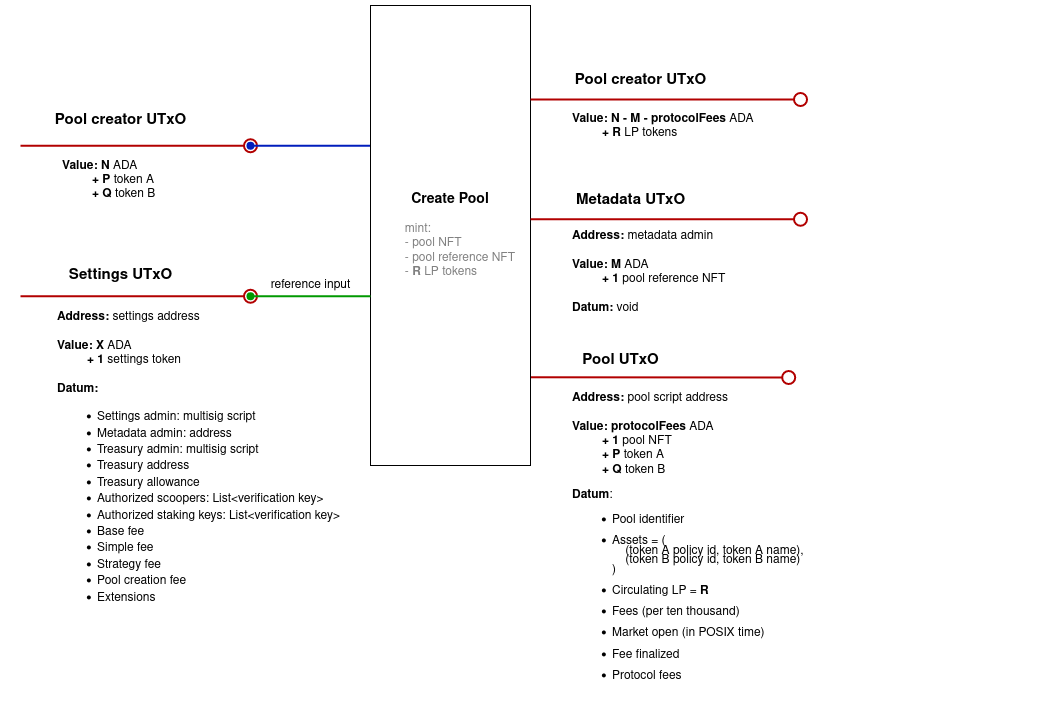
The draw.io diagram src/img/create_pool.png in txpipe-shop/sundae-swap, before a commit. Source tidied: cells renumbered, new cells last; positions are measured from the earlier drawing's top-left corner, leaving out a move shared by most shapes.
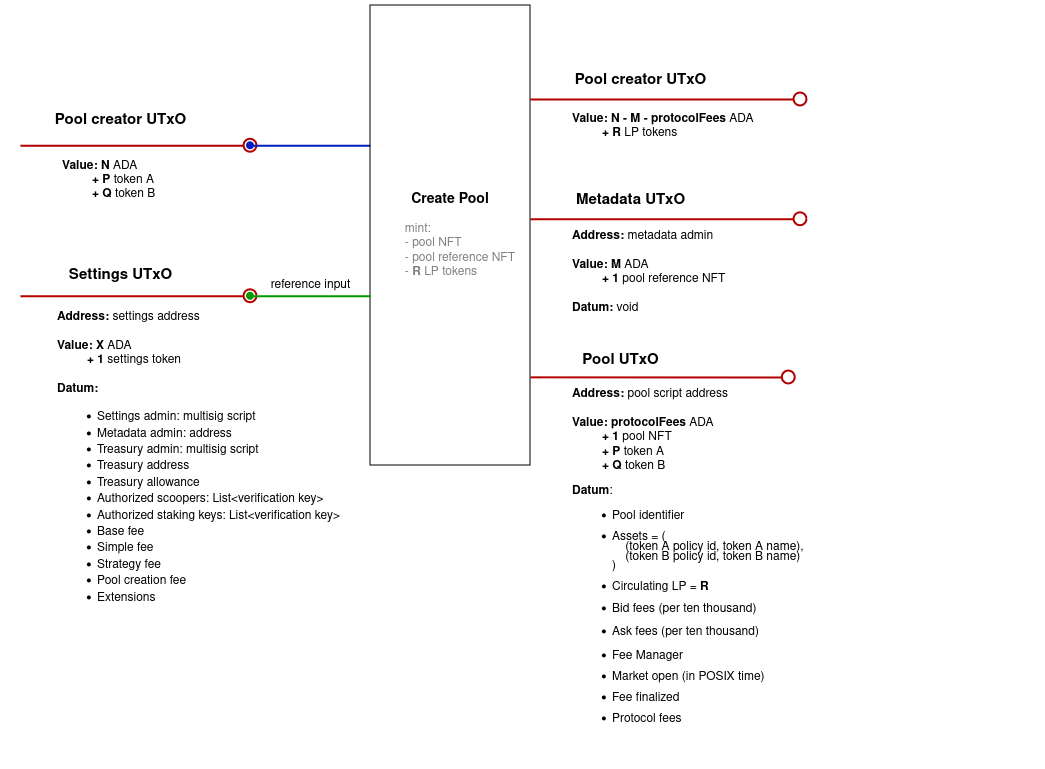
After the commit.

Change to the diagram source:
```diff
@@ -29,8 +29,8 @@
     <mxCell id="7" value="&lt;font style=&quot;font-size: 15px;&quot;&gt;&lt;b style=&quot;font-size: 12px;&quot;&gt;&lt;font style=&quot;font-size: 15px;&quot;&gt;Pool creator UTxO&lt;/font&gt;&lt;/b&gt;&lt;b&gt;&lt;br&gt;&lt;/b&gt;&lt;/font&gt;" style="text;html=1;align=center;verticalAlign=middle;strokeColor=none;fillColor=none;" parent="1" vertex="1">
       <mxGeometry x="25" y="100" width="150" height="30" as="geometry" />
     </mxCell>
-    <mxCell id="8" value="&lt;div&gt;&lt;b&gt;Address: &lt;/b&gt;pool script address&lt;b&gt;&lt;br&gt;&lt;br&gt;Value: protocolFees &lt;/b&gt;ADA&lt;b&gt;&lt;br&gt;&amp;nbsp;&amp;nbsp;&amp;nbsp;&amp;nbsp;&amp;nbsp;&amp;nbsp;&amp;nbsp;&amp;nbsp; + 1 &lt;/b&gt;pool NFT&lt;br&gt;&lt;/div&gt;&lt;div&gt;&lt;b&gt;&amp;nbsp;&amp;nbsp;&amp;nbsp;&amp;nbsp;&amp;nbsp;&amp;nbsp;&amp;nbsp;&amp;nbsp; + &lt;/b&gt;&lt;b&gt;P &lt;/b&gt;token A&lt;br&gt;&lt;/div&gt;&lt;div&gt;&lt;b&gt;&amp;nbsp;&amp;nbsp;&amp;nbsp;&amp;nbsp;&amp;nbsp;&amp;nbsp;&amp;nbsp;&amp;nbsp; + Q &lt;/b&gt;token B&lt;br&gt;&lt;/div&gt;&lt;div&gt;&lt;p style=&quot;line-height: 100%;&quot;&gt;&lt;b&gt;Datum&lt;/b&gt;:&lt;/p&gt;&lt;ul style=&quot;line-height: 80%;&quot;&gt;&lt;li&gt;Pool identifier&lt;br&gt;&lt;/li&gt;&lt;br&gt;&lt;li&gt;Assets = (&lt;br&gt;&amp;nbsp;&amp;nbsp;&amp;nbsp; (token A policy id, token A name),&lt;br&gt;&amp;nbsp;&amp;nbsp;&amp;nbsp; (token B policy id, token B name)&lt;br&gt;)&lt;br&gt;&lt;/li&gt;&lt;br&gt;&lt;li&gt;Circulating LP = &lt;b&gt;R&lt;/b&gt;&lt;br&gt;&lt;/li&gt;&lt;br&gt;&lt;li&gt;Fees (per ten thousand)&lt;br&gt;&lt;br&gt;&lt;/li&gt;&lt;li&gt;Market open (in POSIX time)&lt;br&gt;&lt;br&gt;&lt;/li&gt;&lt;li&gt;Fee finalized&lt;br&gt;&lt;br&gt;&lt;/li&gt;&lt;li&gt;Protocol fees&lt;br&gt;&lt;br&gt;&lt;/li&gt;&lt;br&gt;&lt;br&gt;&lt;/ul&gt;&lt;/div&gt;" style="text;html=1;strokeColor=none;fillColor=none;align=left;verticalAlign=middle;whiteSpace=wrap;rounded=0;" parent="1" vertex="1">
-      <mxGeometry x="550" y="530" width="470" height="41" as="geometry" />
+    <mxCell id="8" value="&lt;div&gt;&lt;b&gt;Address: &lt;/b&gt;pool script address&lt;b&gt;&lt;br&gt;&lt;br&gt;Value: protocolFees &lt;/b&gt;ADA&lt;b&gt;&lt;br&gt;&amp;nbsp;&amp;nbsp;&amp;nbsp;&amp;nbsp;&amp;nbsp;&amp;nbsp;&amp;nbsp;&amp;nbsp; + 1 &lt;/b&gt;pool NFT&lt;br&gt;&lt;/div&gt;&lt;div&gt;&lt;b&gt;&amp;nbsp;&amp;nbsp;&amp;nbsp;&amp;nbsp;&amp;nbsp;&amp;nbsp;&amp;nbsp;&amp;nbsp; + &lt;/b&gt;&lt;b&gt;P &lt;/b&gt;token A&lt;br&gt;&lt;/div&gt;&lt;div&gt;&lt;b&gt;&amp;nbsp;&amp;nbsp;&amp;nbsp;&amp;nbsp;&amp;nbsp;&amp;nbsp;&amp;nbsp;&amp;nbsp; + Q &lt;/b&gt;token B&lt;br&gt;&lt;/div&gt;&lt;div&gt;&lt;p style=&quot;line-height: 100%;&quot;&gt;&lt;b&gt;Datum&lt;/b&gt;:&lt;/p&gt;&lt;ul style=&quot;line-height: 80%;&quot;&gt;&lt;li&gt;Pool identifier&lt;br&gt;&lt;/li&gt;&lt;br&gt;&lt;li&gt;Assets = (&lt;br&gt;&amp;nbsp;&amp;nbsp;&amp;nbsp; (token A policy id, token A name),&lt;br&gt;&amp;nbsp;&amp;nbsp;&amp;nbsp; (token B policy id, token B name)&lt;br&gt;)&lt;br&gt;&lt;/li&gt;&lt;br&gt;&lt;li&gt;Circulating LP = &lt;b&gt;R&lt;/b&gt;&lt;br&gt;&lt;/li&gt;&lt;br&gt;&lt;li&gt;Bid fees (per ten thousand)&lt;/li&gt;&lt;/ul&gt;&lt;ul style=&quot;line-height: 80%;&quot;&gt;&lt;li&gt;Ask fees (per ten thousand)&lt;/li&gt;&lt;/ul&gt;&lt;ul style=&quot;line-height: 80%;&quot;&gt;&lt;li&gt;Fee Manager&lt;br&gt;&lt;br&gt;&lt;/li&gt;&lt;li&gt;Market open (in POSIX time)&lt;br&gt;&lt;br&gt;&lt;/li&gt;&lt;li&gt;Fee finalized&lt;br&gt;&lt;br&gt;&lt;/li&gt;&lt;li&gt;Protocol fees&lt;br&gt;&lt;br&gt;&lt;/li&gt;&lt;br&gt;&lt;br&gt;&lt;/ul&gt;&lt;/div&gt;" style="text;html=1;strokeColor=none;fillColor=none;align=left;verticalAlign=middle;whiteSpace=wrap;rounded=0;" parent="1" vertex="1">
+      <mxGeometry x="550" y="550" width="470" height="41" as="geometry" />
     </mxCell>
     <mxCell id="9" value="&lt;font style=&quot;font-size: 15px;&quot;&gt;&lt;b style=&quot;font-size: 12px;&quot;&gt;&lt;font style=&quot;font-size: 15px;&quot;&gt;Pool UTxO&lt;br&gt;&lt;/font&gt;&lt;/b&gt;&lt;/font&gt;" style="text;html=1;align=center;verticalAlign=middle;strokeColor=none;fillColor=none;" parent="1" vertex="1">
       <mxGeometry x="550" y="340" width="100" height="30" as="geometry" />
```
